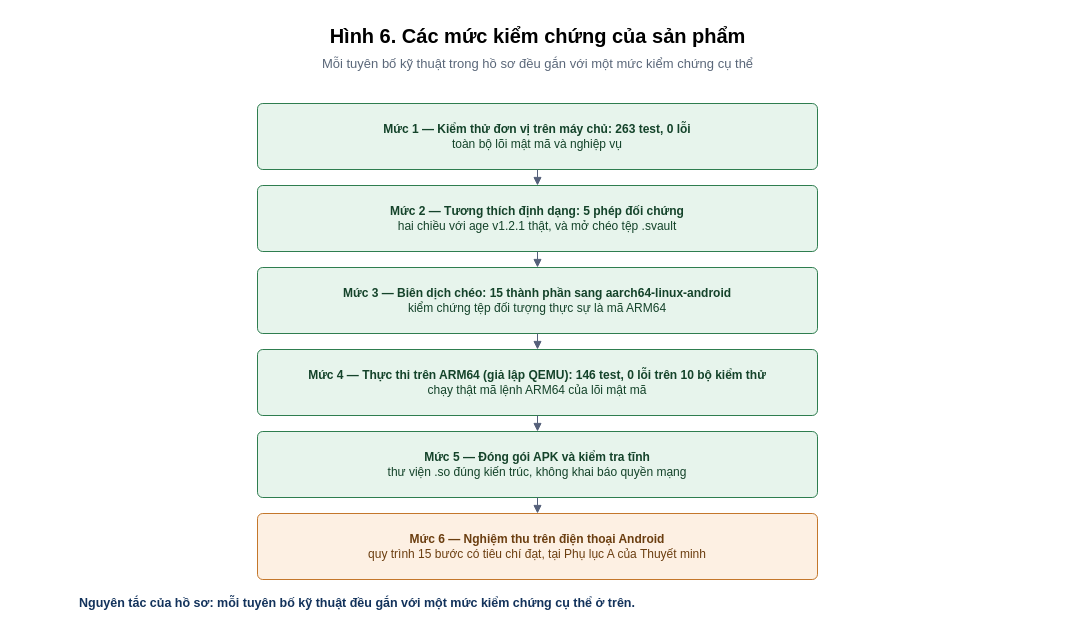
Earlier version of the draw.io diagram hoso-sang-kien/hinh-anh/drawio/H6-thap-bang-chung.drawio (imtoiteu/secure-vault-research). Source tidied: cells renumbered, new cells numbered last; positions are measured from the earlier drawing's top-left corner, leaving out a move shared by most shapes. Both pictures are drawn from the tidied source at 100%, with x=0, y=0 at pixel (17, 17).
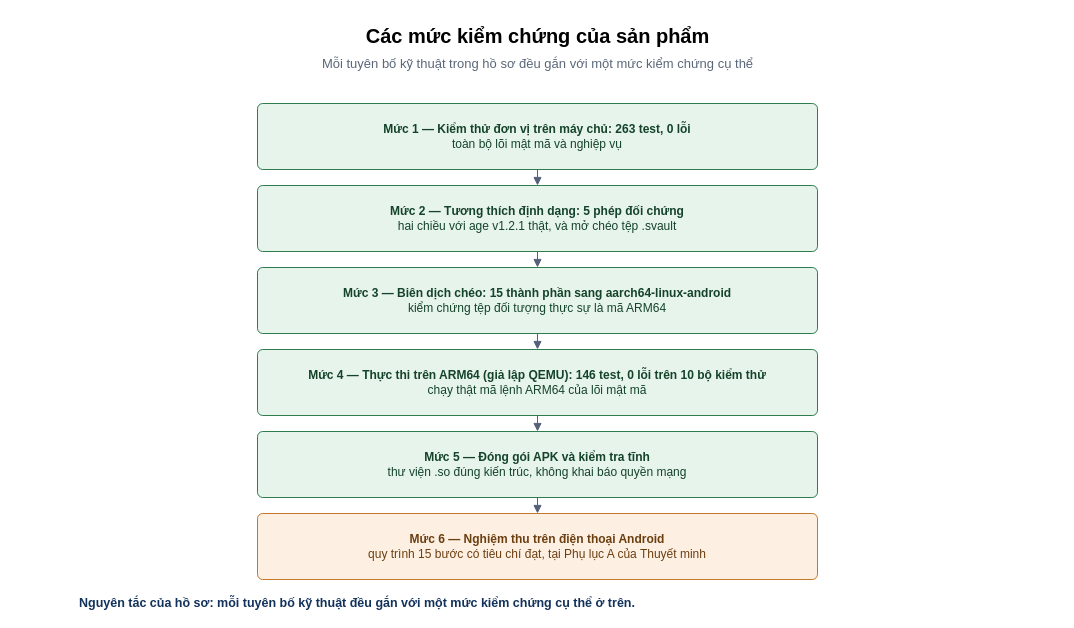
After the change.

Change to the diagram source:
```diff
@@
-    <mxCell id="2" value="Hình 6. Các mức kiểm chứng của sản phẩm" style="text;html=1;fontSize=20;fontStyle=1;align=center;" parent="1" vertex="1">
+    <mxCell id="2" value="Các mức kiểm chứng của sản phẩm" style="text;html=1;fontSize=20;fontStyle=1;align=center;" parent="1" vertex="1">
       <mxGeometry width="1040" height="30" as="geometry" />
     </mxCell>
```
